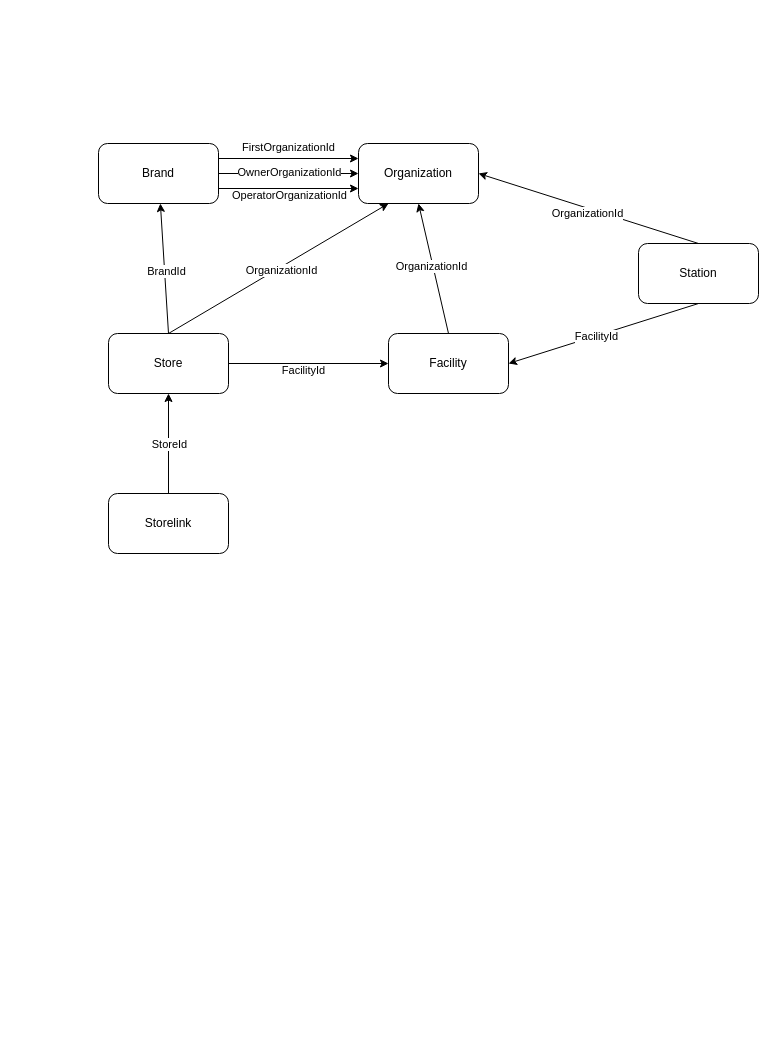
Above: AuthZ5 Resource Entity Attributes Map.drawio in evagle/awesome (draw.io), before the change. Source tidied: cells renumbered, new cells numbered last; positions are measured from the earlier drawing's top-left corner, leaving out a move shared by most shapes. Both pictures are drawn from the tidied source at 100%, with x=0, y=0 at pixel (98, 143).
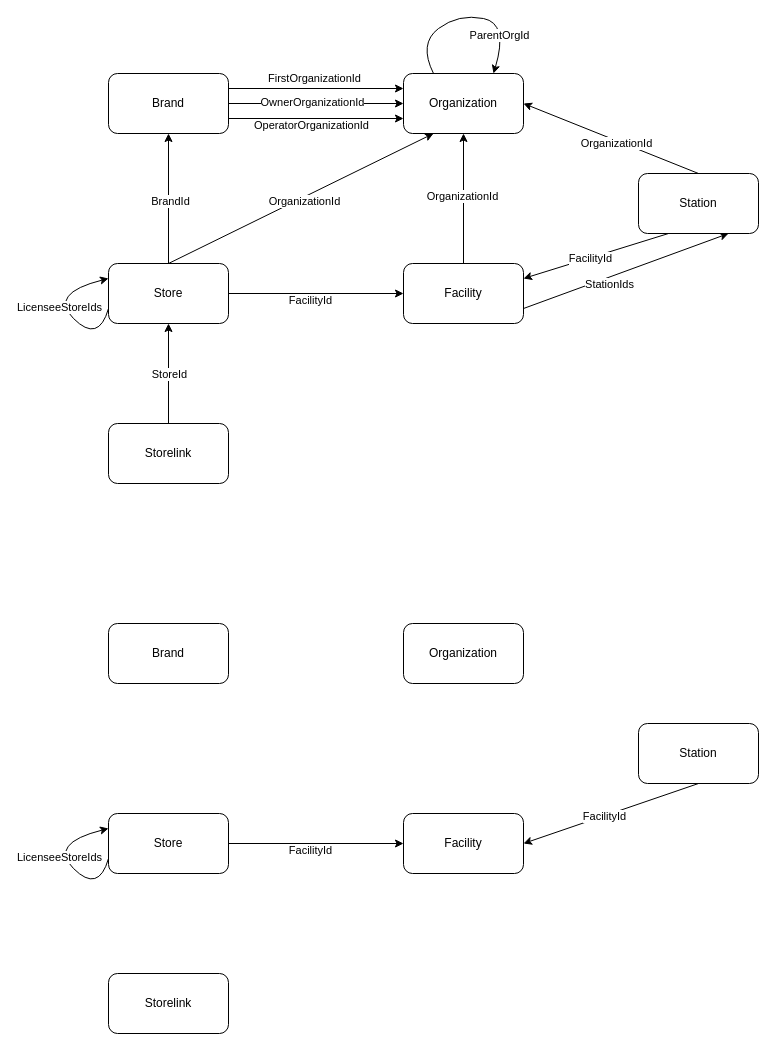
After the change.

Change to the diagram source:
```diff
@@
     <mxCell id="2" value="Organization" style="rounded=1;whiteSpace=wrap;html=1;" parent="1" vertex="1">
-      <mxGeometry x="260" width="120" height="60" as="geometry" />
+      <mxGeometry x="305" y="-70" width="120" height="60" as="geometry" />
     </mxCell>
@@
     <mxCell id="9" value="Store" style="rounded=1;whiteSpace=wrap;html=1;" parent="1" vertex="1">
-      <mxGeometry x="10" y="190" width="120" height="60" as="geometry" />
+      <mxGeometry x="10" y="120" width="120" height="60" as="geometry" />
     </mxCell>
@@
+    <mxCell id="28" style="rounded=0;jettySize=auto;html=1;exitX=1;exitY=0.75;exitDx=0;exitDy=0;entryX=0.75;entryY=1;entryDx=0;entryDy=0;" parent="1" edge="1" source="12" target="17">
+      <mxGeometry relative="1" as="geometry" />
+    </mxCell>
+    <mxCell id="29" value="StationIds" style="edgeLabel;html=1;align=center;verticalAlign=middle;" parent="28" vertex="1">
+      <mxGeometry x="-0.29" y="-5" relative="1" as="geometry">
+        <mxPoint x="11" y="-3" as="offset" />
+      </mxGeometry>
+    </mxCell>
     <mxCell id="12" value="Facility" style="rounded=1;whiteSpace=wrap;html=1;" parent="1" vertex="1">
-      <mxGeometry x="290" y="190" width="120" height="60" as="geometry" />
+      <mxGeometry x="305" y="120" width="120" height="60" as="geometry" />
     </mxCell>
@@
-    <mxCell id="15" style="rounded=0;jettySize=auto;html=1;exitX=0.5;exitY=1;exitDx=0;exitDy=0;entryX=1;entryY=0.5;entryDx=0;entryDy=0;" parent="1" edge="1" source="17" target="12">
+    <mxCell id="15" style="rounded=0;jettySize=auto;html=1;exitX=0.25;exitY=1;exitDx=0;exitDy=0;entryX=1;entryY=0.25;entryDx=0;entryDy=0;" parent="1" edge="1" source="17" target="12">
       <mxGeometry relative="1" as="geometry" />
     </mxCell>
@@
     <mxCell id="17" value="Station" style="rounded=1;whiteSpace=wrap;html=1;" parent="1" vertex="1">
-      <mxGeometry x="540" y="100" width="120" height="60" as="geometry" />
+      <mxGeometry x="540" y="30" width="120" height="60" as="geometry" />
     </mxCell>
@@
     <mxCell id="24" value="Brand" style="rounded=1;whiteSpace=wrap;html=1;" parent="1" vertex="1">
-      <mxGeometry width="120" height="60" as="geometry" />
+      <mxGeometry x="10" y="-70" width="120" height="60" as="geometry" />
     </mxCell>
@@
     <mxCell id="27" value="Storelink" style="rounded=1;whiteSpace=wrap;html=1;" parent="1" vertex="1">
-      <mxGeometry x="10" y="350" width="120" height="60" as="geometry" />
+      <mxGeometry x="10" y="280" width="120" height="60" as="geometry" />
     </mxCell>
+    <mxCell id="30" style="curved=1;endArrow=classic;html=1;rounded=0;entryX=0;entryY=0.25;entryDx=0;entryDy=0;exitX=0;exitY=0.75;exitDx=0;exitDy=0;" parent="1" edge="1" source="9" target="9">
+      <mxGeometry relative="1" as="geometry">
+        <Array as="points">
+          <mxPoint y="200" />
+          <mxPoint x="-50" y="150" />
+        </Array>
+      </mxGeometry>
+    </mxCell>
+    <mxCell id="31" value="LicenseeStoreIds" style="edgeLabel;html=1;align=center;verticalAlign=middle;" parent="30" vertex="1">
+      <mxGeometry y="-4" relative="1" as="geometry">
+        <mxPoint x="-9" as="offset" />
+      </mxGeometry>
+    </mxCell>
+    <mxCell id="32" value="Organization" style="rounded=1;whiteSpace=wrap;html=1;" parent="1" vertex="1">
+      <mxGeometry x="305" y="480" width="120" height="60" as="geometry" />
+    </mxCell>
+    <mxCell id="33" style="edgeStyle=orthogonalEdgeStyle;rounded=0;jettySize=auto;html=1;exitX=1;exitY=0.5;exitDx=0;exitDy=0;" parent="1" edge="1" source="35" target="36">
+      <mxGeometry relative="1" as="geometry" />
+    </mxCell>
+    <mxCell id="34" value="FacilityId" style="edgeLabel;html=1;align=center;verticalAlign=middle;" parent="33" vertex="1">
+      <mxGeometry x="-0.07" y="-6" relative="1" as="geometry" />
+    </mxCell>
+    <mxCell id="35" value="Store" style="rounded=1;whiteSpace=wrap;html=1;" parent="1" vertex="1">
+      <mxGeometry x="10" y="670" width="120" height="60" as="geometry" />
+    </mxCell>
+    <mxCell id="36" value="Facility" style="rounded=1;whiteSpace=wrap;html=1;" parent="1" vertex="1">
+      <mxGeometry x="305" y="670" width="120" height="60" as="geometry" />
+    </mxCell>
+    <mxCell id="37" style="rounded=0;jettySize=auto;html=1;exitX=0.5;exitY=1;exitDx=0;exitDy=0;entryX=1;entryY=0.5;entryDx=0;entryDy=0;" parent="1" edge="1" source="39" target="36">
+      <mxGeometry relative="1" as="geometry" />
+    </mxCell>
+    <mxCell id="38" value="FacilityId" style="edgeLabel;html=1;align=center;verticalAlign=middle;" parent="37" vertex="1">
+      <mxGeometry x="0.08" relative="1" as="geometry" />
+    </mxCell>
+    <mxCell id="39" value="Station" style="rounded=1;whiteSpace=wrap;html=1;" parent="1" vertex="1">
+      <mxGeometry x="540" y="580" width="120" height="60" as="geometry" />
+    </mxCell>
+    <mxCell id="40" value="Brand" style="rounded=1;whiteSpace=wrap;html=1;" parent="1" vertex="1">
+      <mxGeometry x="10" y="480" width="120" height="60" as="geometry" />
+    </mxCell>
+    <mxCell id="41" value="Storelink" style="rounded=1;whiteSpace=wrap;html=1;" parent="1" vertex="1">
+      <mxGeometry x="10" y="830" width="120" height="60" as="geometry" />
+    </mxCell>
+    <mxCell id="42" style="curved=1;endArrow=classic;html=1;rounded=0;entryX=0;entryY=0.25;entryDx=0;entryDy=0;exitX=0;exitY=0.75;exitDx=0;exitDy=0;" parent="1" edge="1" source="35" target="35">
+      <mxGeometry relative="1" as="geometry">
+        <Array as="points">
+          <mxPoint y="750" />
+          <mxPoint x="-50" y="700" />
+        </Array>
+      </mxGeometry>
+    </mxCell>
+    <mxCell id="43" value="LicenseeStoreIds" style="edgeLabel;html=1;align=center;verticalAlign=middle;" parent="42" vertex="1">
+      <mxGeometry y="-4" relative="1" as="geometry">
+        <mxPoint x="-9" as="offset" />
+      </mxGeometry>
+    </mxCell>
+    <mxCell id="44" style="curved=1;endArrow=classic;html=1;rounded=0;exitX=0.25;exitY=0;exitDx=0;exitDy=0;entryX=0.75;entryY=0;entryDx=0;entryDy=0;" parent="1" edge="1" source="2" target="2">
+      <mxGeometry relative="1" as="geometry">
+        <Array as="points">
+          <mxPoint x="320" y="-100" />
+          <mxPoint x="360" y="-130" />
+          <mxPoint x="410" y="-120" />
+        </Array>
+      </mxGeometry>
+    </mxCell>
+    <mxCell id="45" value="ParentOrgId" style="edgeLabel;html=1;align=center;verticalAlign=middle;" parent="44" vertex="1">
+      <mxGeometry x="0.58" y="-6" relative="1" as="geometry" />
+    </mxCell>
```
